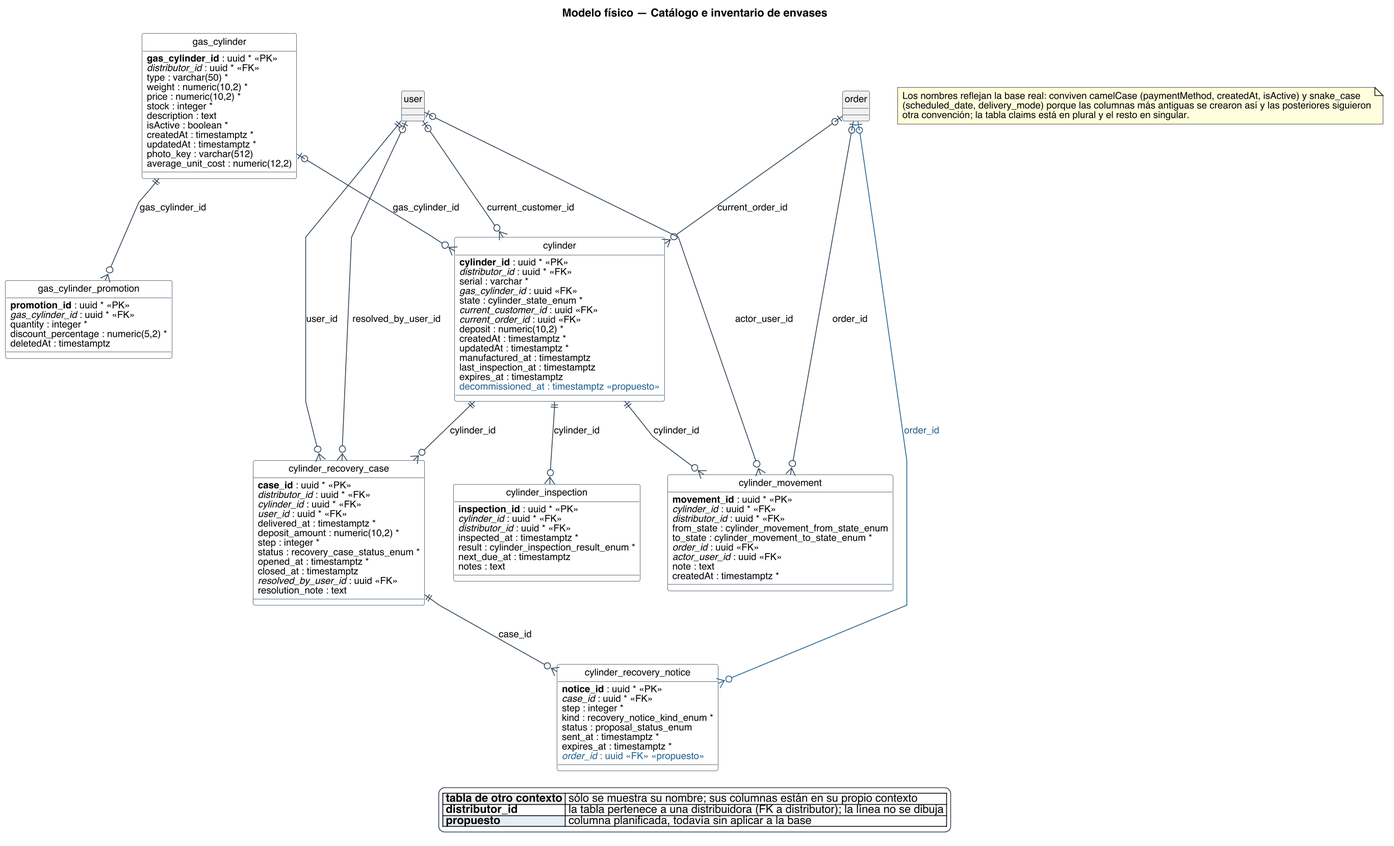
This is diagramas/base-de-datos/fisico/SPLG-fisico-03-catalogo-e-inventario-de-envases.png from Nahuelito-Dev/splg-docs, a PlantUML export, as it was before one commit.
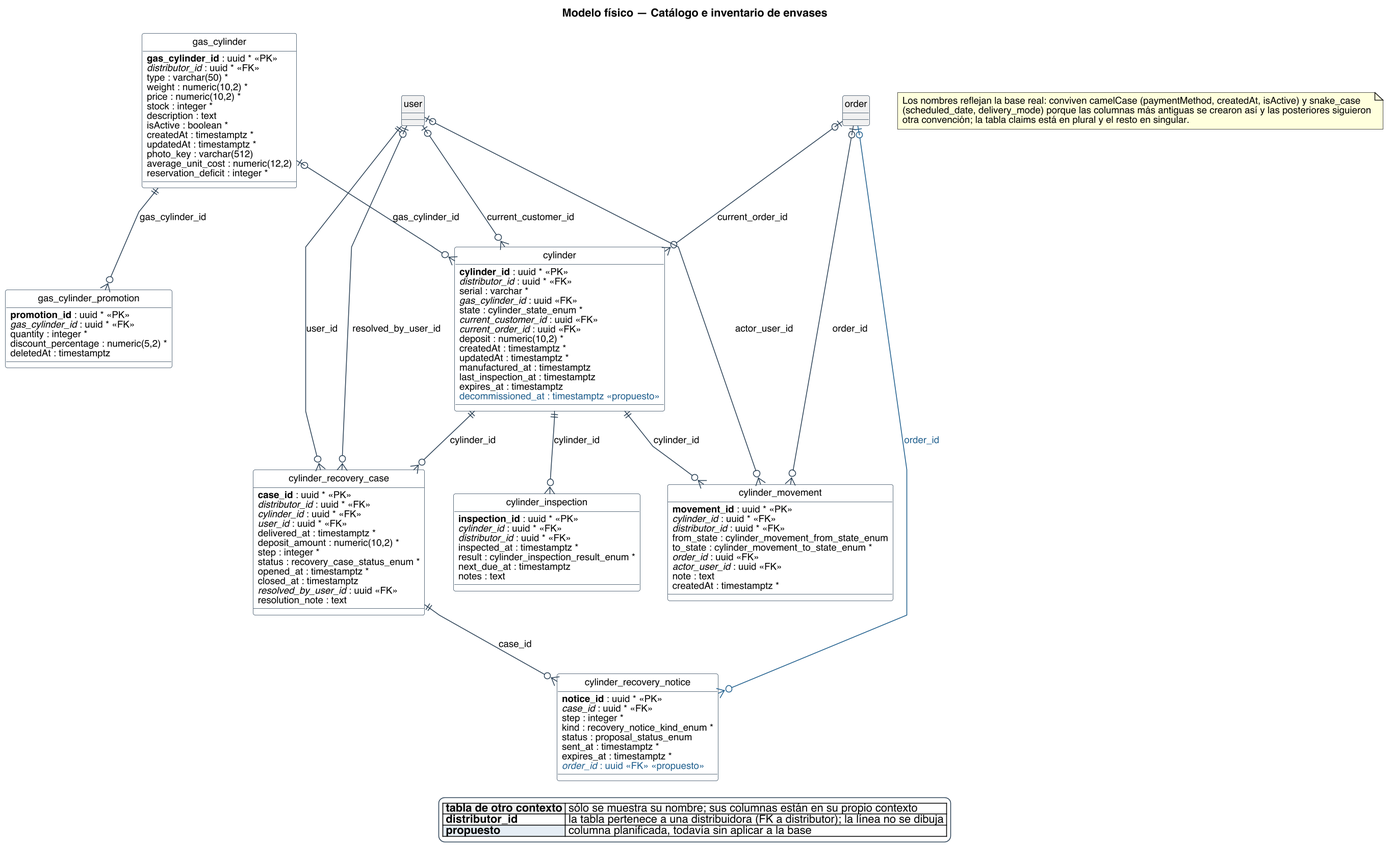
The same diagram one commit later.

What changed in the source:
```diff
@@ -43,6 +43,7 @@
   {field} updatedAt : timestamptz *
   {field} photo_key : varchar(512)
   {field} average_unit_cost : numeric(12,2)
+  {field} reservation_deficit : integer *
 }
 entity "gas_cylinder_promotion" as e_gas_cylinder_promotion {
   {field} **promotion_id** : uuid * <<PK>>
```
